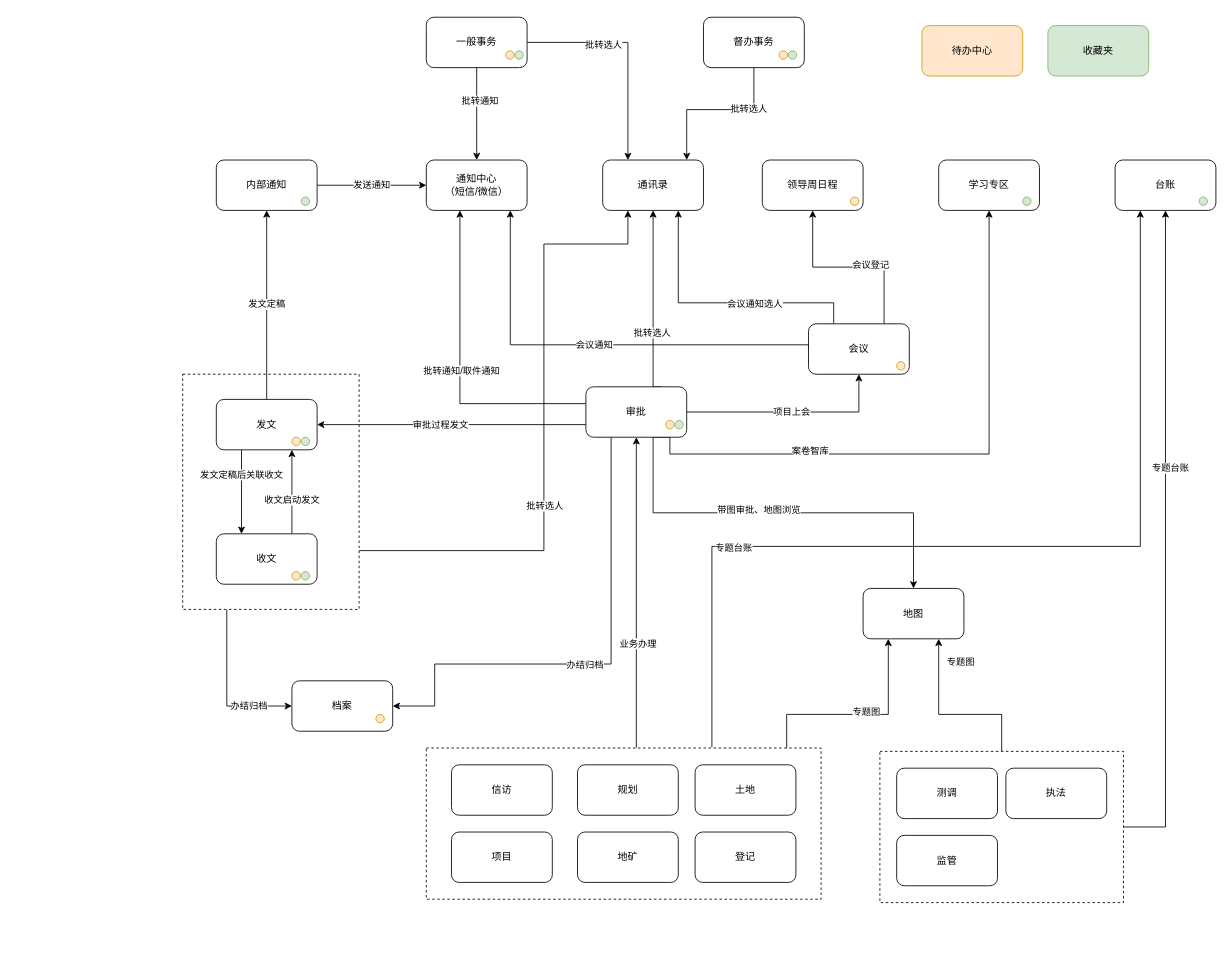
This is 一站式2022.drawio from yinyan168/StudyUML, a draw.io file, before an edit. Source tidied: cells renumbered, new cells numbered last; positions are measured from the earlier drawing's top-left corner, leaving out a move shared by most shapes. Both pictures are drawn from the tidied source at 84%, with x=0, y=0 at pixel (182, 17).
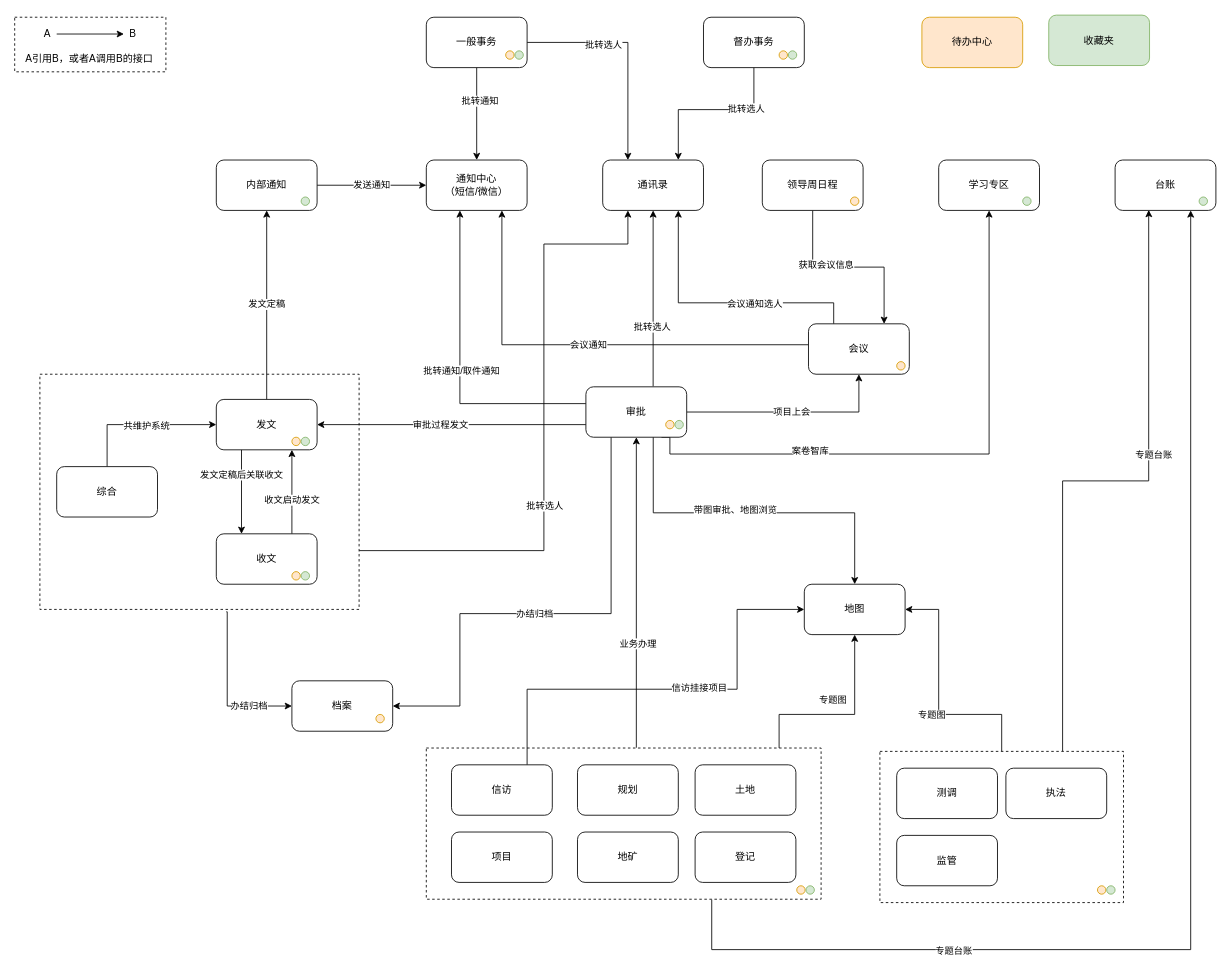
After the change.

Commit message (it also covers changes not shown here):
更新一站式2022.drawio

The change refers to these unchanged cells:
```xml
<mxCell id="6" style="rounded=0;whiteSpace=wrap;html=1;dashed=1;" parent="1" vertex="1">
  <mxGeometry x="830" y="874" width="290" height="180" as="geometry" />
</mxCell>
<mxCell id="13" style="rounded=0;whiteSpace=wrap;html=1;dashed=1;" parent="1" vertex="1">
  <mxGeometry x="290" y="870" width="470" height="180" as="geometry" />
</mxCell>
<mxCell id="23" value="发文" style="rounded=1;whiteSpace=wrap;html=1;" parent="1" vertex="1">
  <mxGeometry x="40" y="455" width="120" height="60" as="geometry" />
</mxCell>
<mxCell id="32" value="会议" style="rounded=1;whiteSpace=wrap;html=1;" parent="1" vertex="1">
  <mxGeometry x="745" y="365" width="120" height="60" as="geometry" />
</mxCell>
<mxCell id="46" value="审批" style="rounded=1;whiteSpace=wrap;html=1;" parent="1" vertex="1">
  <mxGeometry x="480" y="440" width="120" height="60" as="geometry" />
</mxCell>
<mxCell id="54" value="督办事务" style="rounded=1;whiteSpace=wrap;html=1;" parent="1" vertex="1">
  <mxGeometry x="620" width="120" height="60" as="geometry" />
</mxCell>
<mxCell id="55" value="档案" style="rounded=1;whiteSpace=wrap;html=1;" parent="1" vertex="1">
  <mxGeometry x="130" y="790" width="120" height="60" as="geometry" />
</mxCell>
<mxCell id="56" value="通讯录" style="rounded=1;whiteSpace=wrap;html=1;" parent="1" vertex="1">
  <mxGeometry x="500" y="170" width="120" height="60" as="geometry" />
</mxCell>
<mxCell id="57" value="台账" style="rounded=1;whiteSpace=wrap;html=1;" parent="1" vertex="1">
  <mxGeometry x="1110" y="170" width="120" height="60" as="geometry" />
</mxCell>
<mxCell id="59" value="信访" style="rounded=1;whiteSpace=wrap;html=1;" parent="1" vertex="1">
  <mxGeometry x="320" y="890" width="120" height="60" as="geometry" />
</mxCell>
<mxCell id="61" value="领导周日程" style="rounded=1;whiteSpace=wrap;html=1;" parent="1" vertex="1">
  <mxGeometry x="690" y="170" width="120" height="60" as="geometry" />
</mxCell>
```

Diff of the diagram source:
```diff
@@
+    <mxCell id="93" style="rounded=0;whiteSpace=wrap;html=1;dashed=1;" parent="1" vertex="1">
+      <mxGeometry x="-200" width="180" height="65" as="geometry" />
+    </mxCell>
-    <mxCell id="2" style="edgeStyle=orthogonalEdgeStyle;rounded=0;jettySize=auto;html=1;exitX=1;exitY=0.5;exitDx=0;exitDy=0;entryX=0.5;entryY=1;entryDx=0;entryDy=0;" parent="1" edge="1" source="6" target="57">
-      <mxGeometry relative="1" as="geometry" />
+    <mxCell id="2" style="edgeStyle=orthogonalEdgeStyle;rounded=0;jettySize=auto;html=1;exitX=0.75;exitY=0;exitDx=0;exitDy=0;entryX=0.333;entryY=0.992;entryDx=0;entryDy=0;entryPerimeter=0;" parent="1" edge="1" source="6" target="57">
+      <mxGeometry relative="1" as="geometry">
+        <Array as="points">
+          <mxPoint x="1048" y="552" />
+          <mxPoint x="1150" y="552" />
+          <mxPoint x="1150" y="231" />
+        </Array>
+      </mxGeometry>
     </mxCell>
@@
-    <mxCell id="4" style="edgeStyle=orthogonalEdgeStyle;rounded=0;jettySize=auto;html=1;entryX=0.75;entryY=1;entryDx=0;entryDy=0;" parent="1" edge="1" source="6" target="58">
+    <mxCell id="4" style="edgeStyle=orthogonalEdgeStyle;rounded=0;jettySize=auto;html=1;entryX=1;entryY=0.5;entryDx=0;entryDy=0;" parent="1" edge="1" source="6" target="58">
       <mxGeometry relative="1" as="geometry">
         <Array as="points">
           <mxPoint x="975" y="830" />
           <mxPoint x="900" y="830" />
+          <mxPoint x="900" y="705" />
         </Array>
       </mxGeometry>
     </mxCell>
     <mxCell id="5" value="专题图" style="edgeLabel;html=1;align=center;verticalAlign=middle;" parent="4" vertex="1">
       <mxGeometry x="-0.47" y="-4" relative="1" as="geometry">
-        <mxPoint x="-39" y="-59" as="offset" />
+        <mxPoint x="-53" y="4" as="offset" />
       </mxGeometry>
     </mxCell>
@@
-    <mxCell id="9" style="edgeStyle=orthogonalEdgeStyle;rounded=0;jettySize=auto;html=1;entryX=0.25;entryY=1;entryDx=0;entryDy=0;" parent="1" edge="1" target="57">
+    <mxCell id="9" style="edgeStyle=orthogonalEdgeStyle;rounded=0;jettySize=auto;html=1;entryX=0.75;entryY=1;entryDx=0;entryDy=0;exitX=0.723;exitY=1.002;exitDx=0;exitDy=0;exitPerimeter=0;" parent="1" edge="1" source="13" target="57">
       <mxGeometry relative="1" as="geometry">
-        <mxPoint x="630" y="869" as="sourcePoint" />
         <Array as="points">
-          <mxPoint x="630" y="630" />
-          <mxPoint x="1140" y="630" />
+          <mxPoint x="630" y="1110" />
+          <mxPoint x="1200" y="1110" />
         </Array>
       </mxGeometry>
     </mxCell>
@@
-    <mxCell id="11" style="edgeStyle=orthogonalEdgeStyle;rounded=0;jettySize=auto;html=1;entryX=0.25;entryY=1;entryDx=0;entryDy=0;" parent="1" edge="1" source="13" target="58">
+    <mxCell id="11" style="edgeStyle=orthogonalEdgeStyle;rounded=0;jettySize=auto;html=1;entryX=0.5;entryY=1;entryDx=0;entryDy=0;" parent="1" edge="1" source="13" target="58">
       <mxGeometry relative="1" as="geometry">
         <Array as="points">
-          <mxPoint x="719" y="830" />
-          <mxPoint x="840" y="830" />
+          <mxPoint x="710" y="830" />
+          <mxPoint x="800" y="830" />
         </Array>
       </mxGeometry>
     </mxCell>
@@
-    <mxCell id="14" style="edgeStyle=orthogonalEdgeStyle;rounded=0;jettySize=auto;html=1;exitX=0.25;exitY=1;exitDx=0;exitDy=0;entryX=0;entryY=0.5;entryDx=0;entryDy=0;" parent="1" edge="1" source="18" target="55">
+    <mxCell id="14" style="edgeStyle=orthogonalEdgeStyle;rounded=0;jettySize=auto;html=1;exitX=0.584;exitY=1.01;exitDx=0;exitDy=0;entryX=0;entryY=0.5;entryDx=0;entryDy=0;exitPerimeter=0;" parent="1" edge="1" source="18" target="55">
       <mxGeometry relative="1" as="geometry">
         <Array as="points">
           <mxPoint x="53" y="820" />
         </Array>
       </mxGeometry>
     </mxCell>
@@
     <mxCell id="18" style="rounded=0;whiteSpace=wrap;html=1;dashed=1;" parent="1" vertex="1">
-      <mxGeometry y="425" width="210" height="280" as="geometry" />
+      <mxGeometry x="-170" y="425" width="380" height="280" as="geometry" />
     </mxCell>
@@
-    <mxCell id="27" value="会议通知" style="edgeStyle=orthogonalEdgeStyle;rounded=0;jettySize=auto;html=1;exitX=0;exitY=0.5;exitDx=0;exitDy=0;" parent="1" edge="1" source="32">
+    <mxCell id="27" value="会议通知" style="edgeStyle=orthogonalEdgeStyle;rounded=0;jettySize=auto;html=1;exitX=0;exitY=0.415;exitDx=0;exitDy=0;exitPerimeter=0;" parent="1" edge="1" source="32">
       <mxGeometry relative="1" as="geometry">
-        <mxPoint x="390" y="230" as="targetPoint" />
+        <mxPoint x="380" y="230" as="targetPoint" />
         <Array as="points">
-          <mxPoint x="745" y="390" />
-          <mxPoint x="390" y="390" />
+          <mxPoint x="380" y="390" />
         </Array>
       </mxGeometry>
     </mxCell>
@@
-    <mxCell id="30" style="edgeStyle=orthogonalEdgeStyle;rounded=0;jettySize=auto;html=1;exitX=0.75;exitY=0;exitDx=0;exitDy=0;" parent="1" edge="1" source="32" target="61">
-      <mxGeometry relative="1" as="geometry" />
-    </mxCell>
-    <mxCell id="31" value="会议登记" style="edgeLabel;html=1;align=center;verticalAlign=middle;" parent="30" vertex="1">
-      <mxGeometry x="-0.24" y="-3" relative="1" as="geometry" />
-    </mxCell>
@@
-    <mxCell id="38" style="edgeStyle=orthogonalEdgeStyle;rounded=0;jettySize=auto;html=1;exitX=0.75;exitY=0;exitDx=0;exitDy=0;" parent="1" edge="1" source="46" target="56">
-      <mxGeometry relative="1" as="geometry">
-        <Array as="points">
-          <mxPoint x="560" y="440" />
-        </Array>
-      </mxGeometry>
+    <mxCell id="38" style="edgeStyle=orthogonalEdgeStyle;rounded=0;jettySize=auto;html=1;exitX=0.667;exitY=-0.009;exitDx=0;exitDy=0;exitPerimeter=0;" parent="1" edge="1" source="46" target="56">
+      <mxGeometry relative="1" as="geometry" />
     </mxCell>
@@
-    <mxCell id="40" style="edgeStyle=orthogonalEdgeStyle;rounded=0;jettySize=auto;html=1;exitX=0.75;exitY=1;exitDx=0;exitDy=0;" parent="1" edge="1" source="46" target="58">
+    <mxCell id="40" style="edgeStyle=orthogonalEdgeStyle;rounded=0;jettySize=auto;html=1;exitX=0.668;exitY=0.998;exitDx=0;exitDy=0;entryX=0.5;entryY=0;entryDx=0;entryDy=0;exitPerimeter=0;" parent="1" edge="1" source="46" target="58">
       <mxGeometry relative="1" as="geometry">
         <Array as="points">
-          <mxPoint x="560" y="500" />
           <mxPoint x="560" y="590" />
-          <mxPoint x="870" y="590" />
+          <mxPoint x="800" y="590" />
         </Array>
       </mxGeometry>
     </mxCell>
@@
     <mxCell id="42" style="edgeStyle=orthogonalEdgeStyle;rounded=0;jettySize=auto;html=1;exitX=0.25;exitY=1;exitDx=0;exitDy=0;entryX=1;entryY=0.5;entryDx=0;entryDy=0;" parent="1" edge="1" source="46" target="55">
       <mxGeometry relative="1" as="geometry">
         <Array as="points">
-          <mxPoint x="510" y="770" />
-          <mxPoint x="300" y="770" />
-          <mxPoint x="300" y="820" />
+          <mxPoint x="510" y="710" />
+          <mxPoint x="330" y="710" />
+          <mxPoint x="330" y="820" />
         </Array>
       </mxGeometry>
     </mxCell>
@@
     <mxCell id="52" style="edgeStyle=orthogonalEdgeStyle;rounded=0;jettySize=auto;html=1;" parent="1" edge="1" source="54" target="56">
       <mxGeometry relative="1" as="geometry">
         <Array as="points">
           <mxPoint x="680" y="110" />
-          <mxPoint x="600" y="110" />
+          <mxPoint x="590" y="110" />
         </Array>
       </mxGeometry>
     </mxCell>
@@
     <mxCell id="58" value="地图" style="rounded=1;whiteSpace=wrap;html=1;" parent="1" vertex="1">
-      <mxGeometry x="810" y="680" width="120" height="60" as="geometry" />
+      <mxGeometry x="740" y="675" width="120" height="60" as="geometry" />
     </mxCell>
+    <mxCell id="94" style="edgeStyle=orthogonalEdgeStyle;rounded=0;jettySize=auto;html=1;exitX=0.75;exitY=0;exitDx=0;exitDy=0;" parent="1" edge="1" source="59" target="58">
+      <mxGeometry relative="1" as="geometry">
+        <Array as="points">
+          <mxPoint x="410" y="800" />
+          <mxPoint x="660" y="800" />
+          <mxPoint x="660" y="705" />
+        </Array>
+      </mxGeometry>
+    </mxCell>
+    <mxCell id="95" value="信访挂接项目" style="edgeLabel;html=1;align=center;verticalAlign=middle;" parent="94" vertex="1">
+      <mxGeometry x="0.14" y="2" relative="1" as="geometry" />
+    </mxCell>
@@
+    <mxCell id="96" style="edgeStyle=orthogonalEdgeStyle;rounded=0;jettySize=auto;html=1;exitX=0.5;exitY=1;exitDx=0;exitDy=0;entryX=0.75;entryY=0;entryDx=0;entryDy=0;" parent="1" edge="1" source="61" target="32">
+      <mxGeometry relative="1" as="geometry" />
+    </mxCell>
+    <mxCell id="97" value="获取会议信息" style="edgeLabel;html=1;align=center;verticalAlign=middle;" parent="96" vertex="1">
+      <mxGeometry x="-0.25" y="3" relative="1" as="geometry" />
+    </mxCell>
@@
     <mxCell id="62" value="收藏夹" style="rounded=1;whiteSpace=wrap;html=1;fillColor=#d5e8d4;strokeColor=#82b366;" parent="1" vertex="1">
-      <mxGeometry x="1030" y="10" width="120" height="60" as="geometry" />
+      <mxGeometry x="1031" y="-2.5" width="120" height="60" as="geometry" />
     </mxCell>
     <mxCell id="63" value="待办中心" style="rounded=1;whiteSpace=wrap;html=1;fillColor=#ffe6cc;strokeColor=#d79b00;" parent="1" vertex="1">
-      <mxGeometry x="880" y="10" width="120" height="60" as="geometry" />
+      <mxGeometry x="880" width="120" height="60" as="geometry" />
     </mxCell>
@@
+    <mxCell id="98" style="group;" parent="1" vertex="1">
+      <mxGeometry x="731" y="1034" width="21" height="10" as="geometry" />
+    </mxCell>
+    <mxCell id="99" style="ellipse;whiteSpace=wrap;html=1;fillColor=#ffe6cc;strokeColor=#d79b00;" parent="98" vertex="1">
+      <mxGeometry width="10" height="10" as="geometry" />
+    </mxCell>
+    <mxCell id="100" style="ellipse;whiteSpace=wrap;html=1;fillColor=#d5e8d4;strokeColor=#82b366;" parent="98" vertex="1">
+      <mxGeometry x="11" width="10" height="10" as="geometry" />
+    </mxCell>
+    <mxCell id="101" style="group;" parent="1" vertex="1">
+      <mxGeometry x="1089" y="1034" width="21" height="10" as="geometry" />
+    </mxCell>
+    <mxCell id="102" style="ellipse;whiteSpace=wrap;html=1;fillColor=#ffe6cc;strokeColor=#d79b00;" parent="101" vertex="1">
+      <mxGeometry width="10" height="10" as="geometry" />
+    </mxCell>
+    <mxCell id="103" style="ellipse;whiteSpace=wrap;html=1;fillColor=#d5e8d4;strokeColor=#82b366;" parent="101" vertex="1">
+      <mxGeometry x="11" width="10" height="10" as="geometry" />
+    </mxCell>
+    <mxCell id="104" style="edgeStyle=orthogonalEdgeStyle;rounded=0;jettySize=auto;html=1;exitX=0.5;exitY=0;exitDx=0;exitDy=0;entryX=0;entryY=0.5;entryDx=0;entryDy=0;" parent="1" edge="1" source="106" target="23">
+      <mxGeometry relative="1" as="geometry" />
+    </mxCell>
+    <mxCell id="105" value="共维护系统" style="edgeLabel;html=1;align=center;verticalAlign=middle;" parent="104" vertex="1">
+      <mxGeometry x="0.08" y="-1" relative="1" as="geometry">
+        <mxPoint x="-1" as="offset" />
+      </mxGeometry>
+    </mxCell>
+    <mxCell id="106" value="综合" style="rounded=1;whiteSpace=wrap;html=1;" parent="1" vertex="1">
+      <mxGeometry x="-150" y="535" width="120" height="60" as="geometry" />
+    </mxCell>
+    <mxCell id="107" style="endArrow=classic;html=1;rounded=0;" parent="1" edge="1">
+      <mxGeometry relative="1" as="geometry">
+        <mxPoint x="-150" y="20" as="sourcePoint" />
+        <mxPoint x="-70" y="20" as="targetPoint" />
+      </mxGeometry>
+    </mxCell>
+    <mxCell id="108" value="A引用B，或者A调用B的接口" style="text;html=1;strokeColor=none;fillColor=none;align=center;verticalAlign=middle;whiteSpace=wrap;rounded=0;" parent="1" vertex="1">
+      <mxGeometry x="-191" y="40" width="160" height="20" as="geometry" />
+    </mxCell>
+    <mxCell id="109" value="A" style="text;html=1;strokeColor=none;fillColor=none;align=center;verticalAlign=middle;whiteSpace=wrap;rounded=0;" parent="1" vertex="1">
+      <mxGeometry x="-191" y="5" width="60" height="30" as="geometry" />
+    </mxCell>
+    <mxCell id="110" value="B" style="text;html=1;strokeColor=none;fillColor=none;align=center;verticalAlign=middle;whiteSpace=wrap;rounded=0;" parent="1" vertex="1">
+      <mxGeometry x="-89" y="5" width="60" height="30" as="geometry" />
+    </mxCell>
```
